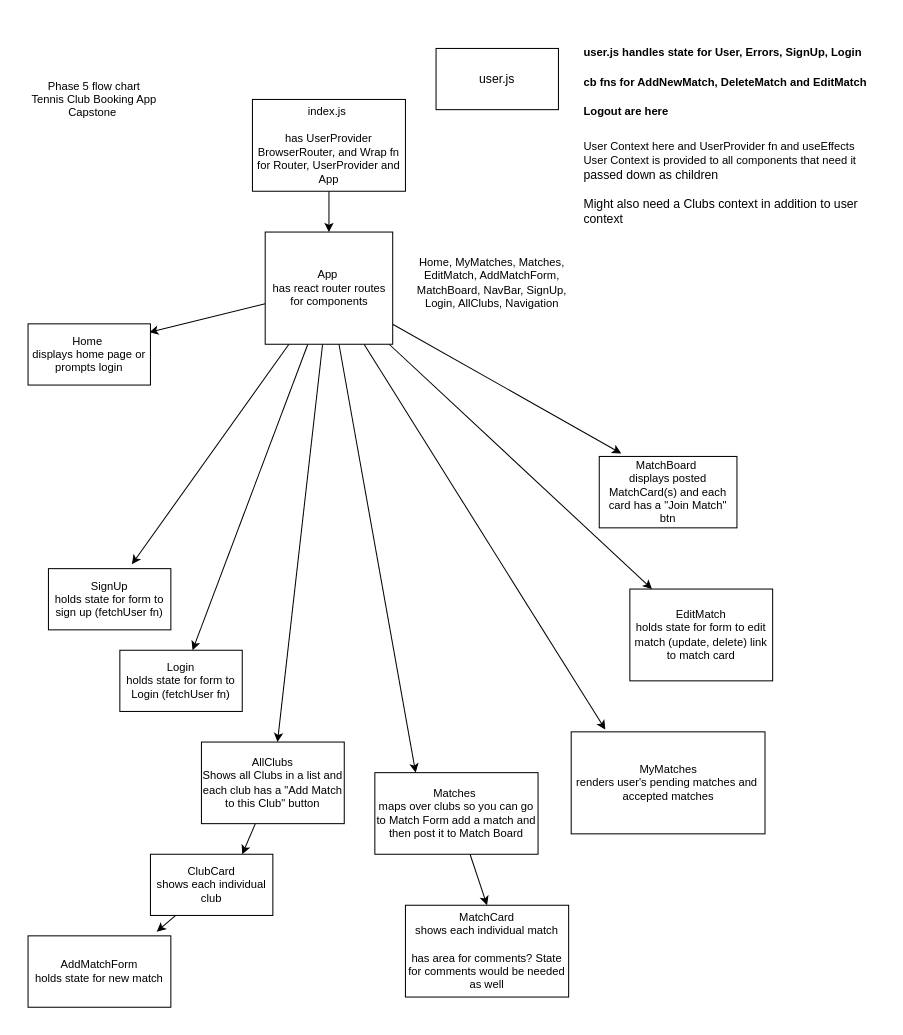
The draw.io diagram client/src/components/ph5.drawio in caraerskine/tennis-club, before the edit. Source tidied: cells renumbered, new cells numbered last; positions are measured from the earlier drawing's top-left corner, leaving out a move shared by most shapes. Both pictures are drawn from the tidied source at 102%, with x=0, y=0 at pixel (28, 28).
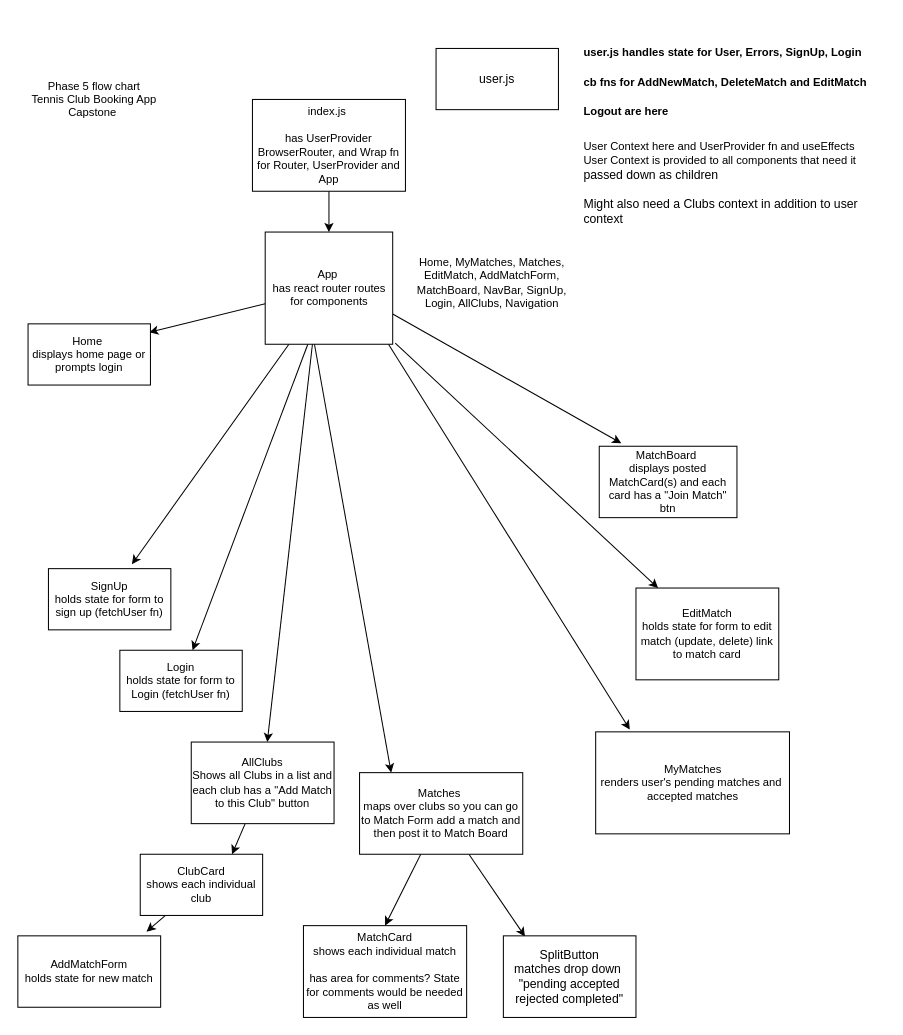
Above is the later version.

Unchanged cells that the change refers to:
```xml
<mxCell id="14" value="App&amp;nbsp;&lt;br&gt;has react router routes for components" style="rounded=0;whiteSpace=wrap;html=1;fontSize=11;" parent="1" vertex="1">
  <mxGeometry x="232.5" y="200" width="125" height="110" as="geometry" />
</mxCell>
```

Change to the diagram source:
```diff
@@
-    <mxCell id="9" style="edgeStyle=none;html=1;fontSize=11;" parent="1" edge="1" source="14" target="23">
-      <mxGeometry relative="1" as="geometry" />
+    <mxCell id="9" style="edgeStyle=none;html=1;fontSize=11;" parent="1" edge="1" target="23">
+      <mxGeometry relative="1" as="geometry">
+        <mxPoint x="278.8" y="310" as="sourcePoint" />
+      </mxGeometry>
     </mxCell>
-    <mxCell id="10" style="edgeStyle=none;html=1;entryX=0.16;entryY=-0.042;entryDx=0;entryDy=0;entryPerimeter=0;fontSize=11;" parent="1" edge="1" source="14" target="24">
-      <mxGeometry relative="1" as="geometry" />
+    <mxCell id="10" style="edgeStyle=none;html=1;entryX=0.16;entryY=-0.042;entryDx=0;entryDy=0;entryPerimeter=0;fontSize=11;" parent="1" edge="1" target="24">
+      <mxGeometry relative="1" as="geometry">
+        <mxPoint x="357.5" y="280.3" as="sourcePoint" />
+      </mxGeometry>
     </mxCell>
-    <mxCell id="11" style="edgeStyle=none;html=1;entryX=0.25;entryY=0;entryDx=0;entryDy=0;fontSize=11;" parent="1" edge="1" source="14" target="18">
-      <mxGeometry relative="1" as="geometry" />
+    <mxCell id="11" style="edgeStyle=none;html=1;entryX=0.25;entryY=0;entryDx=0;entryDy=0;fontSize=11;" parent="1" edge="1">
+      <mxGeometry relative="1" as="geometry">
+        <mxPoint x="280.8" y="310" as="sourcePoint" />
+        <mxPoint x="356" y="730" as="targetPoint" />
+      </mxGeometry>
     </mxCell>
-    <mxCell id="12" style="edgeStyle=none;html=1;entryX=0.176;entryY=-0.022;entryDx=0;entryDy=0;entryPerimeter=0;fontSize=11;" parent="1" edge="1" source="14" target="26">
-      <mxGeometry relative="1" as="geometry" />
+    <mxCell id="12" style="edgeStyle=none;html=1;entryX=0.176;entryY=-0.022;entryDx=0;entryDy=0;entryPerimeter=0;fontSize=11;" parent="1" edge="1" target="26">
+      <mxGeometry relative="1" as="geometry">
+        <mxPoint x="353.4" y="310" as="sourcePoint" />
+      </mxGeometry>
     </mxCell>
-    <mxCell id="13" style="edgeStyle=none;html=1;fontSize=11;" parent="1" edge="1" source="14" target="19">
-      <mxGeometry relative="1" as="geometry" />
+    <mxCell id="13" style="edgeStyle=none;html=1;fontSize=11;" parent="1" edge="1" target="19">
+      <mxGeometry relative="1" as="geometry">
+        <mxPoint x="360" y="309" as="sourcePoint" />
+      </mxGeometry>
     </mxCell>
@@
+    <mxCell id="31" style="edgeStyle=none;html=1;entryX=0.163;entryY=0.008;entryDx=0;entryDy=0;entryPerimeter=0;" parent="1" edge="1" source="18" target="32">
+      <mxGeometry relative="1" as="geometry" />
+    </mxCell>
     <mxCell id="18" value="Matches&amp;nbsp;&lt;br&gt;maps over clubs so you can go to Match Form add a match and then post it to Match Board" style="rounded=0;whiteSpace=wrap;html=1;fontSize=11;" parent="1" vertex="1">
-      <mxGeometry x="340" y="730" width="160" height="80" as="geometry" />
+      <mxGeometry x="325" y="730" width="160" height="80" as="geometry" />
     </mxCell>
     <mxCell id="19" value="EditMatch&lt;br&gt;holds state for form to edit match (update, delete) link to match card" style="rounded=0;whiteSpace=wrap;html=1;fontSize=11;" parent="1" vertex="1">
-      <mxGeometry x="590" y="550" width="140" height="90" as="geometry" />
+      <mxGeometry x="596" y="549" width="140" height="90" as="geometry" />
     </mxCell>
@@
     <mxCell id="23" value="AllClubs&lt;br&gt;Shows all Clubs in a list and each club has a &quot;Add Match to this Club&quot; button" style="rounded=0;whiteSpace=wrap;html=1;fontSize=11;" parent="1" vertex="1">
-      <mxGeometry x="170" y="700" width="140" height="80" as="geometry" />
+      <mxGeometry x="160" y="700" width="140" height="80" as="geometry" />
     </mxCell>
     <mxCell id="24" value="MatchBoard&amp;nbsp;&lt;br&gt;displays posted MatchCard(s) and each card has a &quot;Join Match&quot; btn" style="rounded=0;whiteSpace=wrap;html=1;fontSize=11;" parent="1" vertex="1">
-      <mxGeometry x="560" y="420" width="135" height="70" as="geometry" />
+      <mxGeometry x="560" y="410" width="135" height="70" as="geometry" />
     </mxCell>
     <mxCell id="25" value="AddMatchForm&lt;br&gt;holds state for new match" style="rounded=0;whiteSpace=wrap;html=1;fontSize=11;" parent="1" vertex="1">
-      <mxGeometry y="890" width="140" height="70" as="geometry" />
+      <mxGeometry x="-10" y="890" width="140" height="70" as="geometry" />
     </mxCell>
     <mxCell id="26" value="MyMatches&lt;br&gt;renders user's pending matches and&amp;nbsp;&lt;br&gt;accepted matches" style="rounded=0;whiteSpace=wrap;html=1;fontSize=11;" parent="1" vertex="1">
-      <mxGeometry x="532.5" y="690" width="190" height="100" as="geometry" />
+      <mxGeometry x="556.5" y="690" width="190" height="100" as="geometry" />
     </mxCell>
@@
     <mxCell id="28" value="ClubCard&lt;br&gt;shows each individual club" style="rounded=0;whiteSpace=wrap;html=1;fontSize=11;" parent="1" vertex="1">
-      <mxGeometry x="120" y="810" width="120" height="60" as="geometry" />
+      <mxGeometry x="110" y="810" width="120" height="60" as="geometry" />
     </mxCell>
     <mxCell id="29" value="MatchCard&lt;br&gt;shows each individual match&lt;br&gt;&lt;br&gt;has area for comments? State for comments would be needed as well" style="whiteSpace=wrap;html=1;fontSize=11;" parent="1" vertex="1">
-      <mxGeometry x="370" y="860" width="160" height="90" as="geometry" />
+      <mxGeometry x="270" y="880" width="160" height="90" as="geometry" />
     </mxCell>
@@
+    <mxCell id="32" value="SplitButton&lt;br&gt;matches drop down&amp;nbsp;&lt;br&gt;&quot;pending accepted rejected completed&quot;" style="rounded=0;whiteSpace=wrap;html=1;" parent="1" vertex="1">
+      <mxGeometry x="466" y="890" width="130" height="80" as="geometry" />
+    </mxCell>
```
